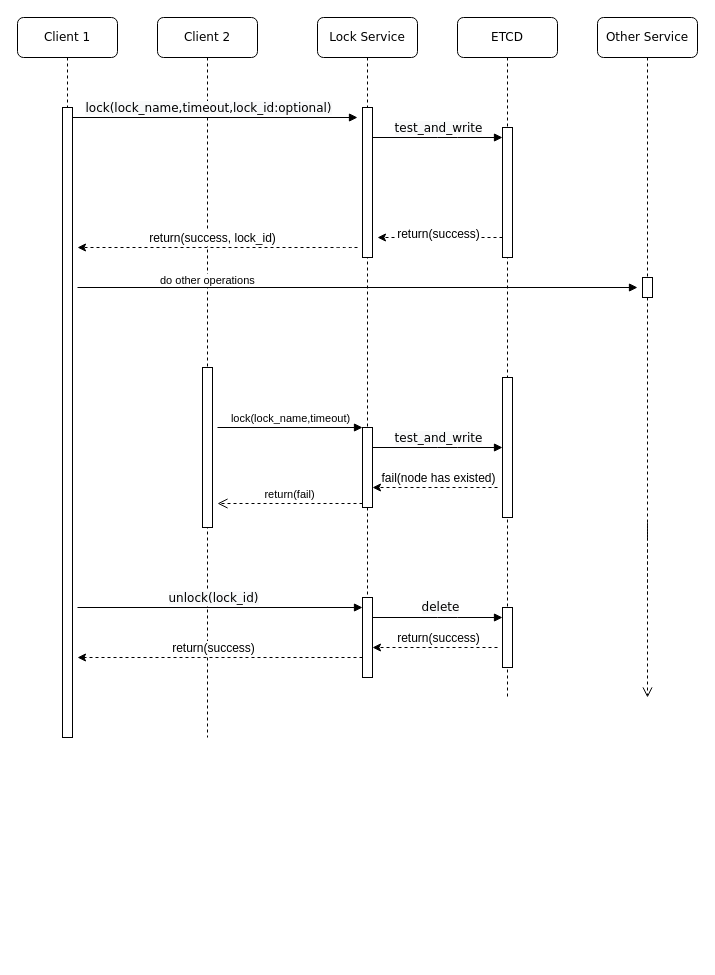
This is lockservice-func-spec.drawio from terryzhu/playground, a draw.io file, before an edit. Source tidied: cells renumbered, new cells numbered last; positions are measured from the earlier drawing's top-left corner, leaving out a move shared by most shapes. Both pictures are drawn from the tidied source at 100%, with x=0, y=0 at pixel (17, 17).
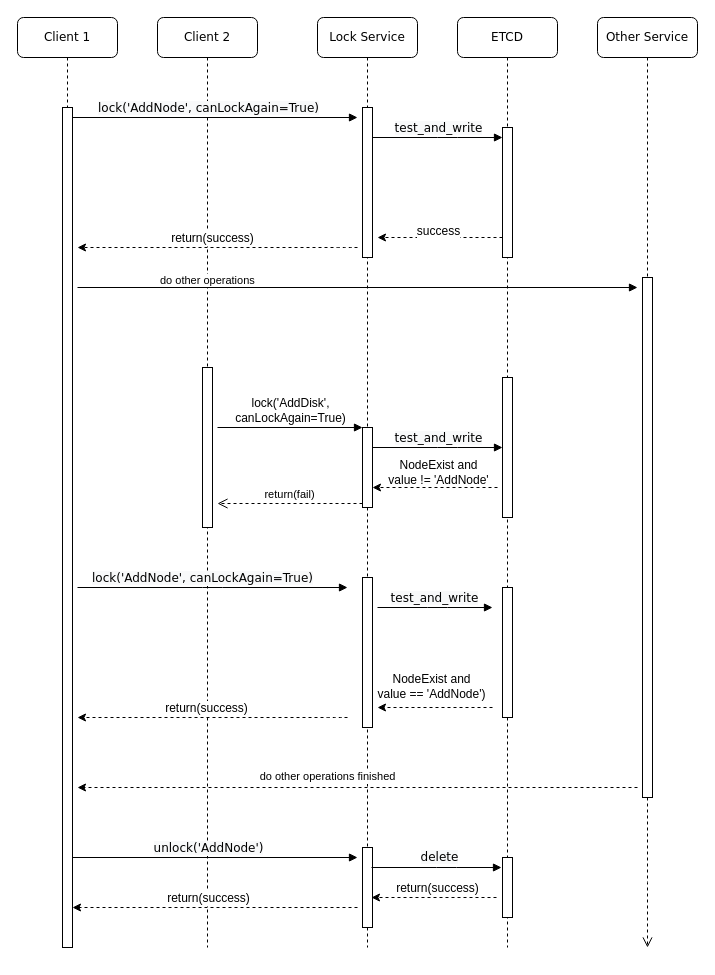
The same diagram, later.

Unchanged cells that the change refers to:
```xml
<mxCell id="6" style="html=1;points=[];perimeter=orthogonalPerimeter;" parent="4" vertex="1">
  <mxGeometry x="45" y="410" width="10" height="80" as="geometry" />
</mxCell>
<mxCell id="17" style="html=1;verticalAlign=bottom;endArrow=block;labelBackgroundColor=none;fontFamily=Verdana;fontSize=12;edgeStyle=elbowEdgeStyle;elbow=vertical;" parent="1" edge="1" source="12">
  <mxGeometry relative="1" as="geometry">
    <mxPoint x="340" y="100" as="targetPoint" />
  </mxGeometry>
</mxCell>
<mxCell id="19" style="endArrow=classic;html=1;dashed=1;" parent="1" edge="1">
  <mxGeometry relative="1" as="geometry">
    <mxPoint x="485" y="220" as="sourcePoint" />
    <mxPoint x="360" y="220" as="targetPoint" />
  </mxGeometry>
</mxCell>
<mxCell id="21" style="endArrow=classic;html=1;dashed=1;" parent="1" edge="1">
  <mxGeometry relative="1" as="geometry">
    <mxPoint x="340" y="230" as="sourcePoint" />
    <mxPoint x="60" y="230" as="targetPoint" />
    <Array as="points">
      <mxPoint x="330" y="230" />
    </Array>
  </mxGeometry>
</mxCell>
<mxCell id="28" style="endArrow=classic;html=1;dashed=1;" parent="1" edge="1">
  <mxGeometry relative="1" as="geometry">
    <mxPoint x="480" y="470" as="sourcePoint" />
    <mxPoint x="355" y="470" as="targetPoint" />
  </mxGeometry>
</mxCell>
```

Change to the diagram source:
```diff
@@
     <mxCell id="2" value="Client 2" style="shape=umlLifeline;perimeter=lifelinePerimeter;whiteSpace=wrap;html=1;rounded=1;shadow=0;comic=0;labelBackgroundColor=none;strokeWidth=1;fontFamily=Verdana;fontSize=12;align=center;" parent="1" vertex="1">
-      <mxGeometry x="140" width="100" height="720" as="geometry" />
+      <mxGeometry x="140" width="100" height="930" as="geometry" />
     </mxCell>
@@
     <mxCell id="4" value="Lock Service" style="shape=umlLifeline;perimeter=lifelinePerimeter;whiteSpace=wrap;html=1;rounded=1;shadow=0;comic=0;labelBackgroundColor=none;strokeWidth=1;fontFamily=Verdana;fontSize=12;align=center;fillColor=#ffffff;" parent="1" vertex="1">
-      <mxGeometry x="300" width="100" height="580" as="geometry" />
+      <mxGeometry x="300" width="100" height="930" as="geometry" />
     </mxCell>
@@
+    <mxCell id="40" style="html=1;perimeter=orthogonalPerimeter;rounded=0;shadow=0;comic=0;labelBackgroundColor=none;strokeWidth=1;fontFamily=Verdana;fontSize=12;align=center;" parent="4" vertex="1">
+      <mxGeometry x="45" y="560" width="10" height="150" as="geometry" />
+    </mxCell>
+    <mxCell id="32" style="html=1;perimeter=orthogonalPerimeter;" parent="4" vertex="1">
+      <mxGeometry x="45" y="830" width="10" height="80" as="geometry" />
+    </mxCell>
     <mxCell id="7" value="ETCD" style="shape=umlLifeline;perimeter=lifelinePerimeter;whiteSpace=wrap;html=1;rounded=1;shadow=0;comic=0;labelBackgroundColor=none;strokeWidth=1;fontFamily=Verdana;fontSize=12;align=center;" parent="1" vertex="1">
-      <mxGeometry x="440" width="100" height="680" as="geometry" />
+      <mxGeometry x="440" width="100" height="930" as="geometry" />
     </mxCell>
@@
+    <mxCell id="41" style="html=1;perimeter=orthogonalPerimeter;rounded=0;shadow=0;comic=0;labelBackgroundColor=none;strokeWidth=1;fontFamily=Verdana;fontSize=12;align=center;" parent="7" vertex="1">
+      <mxGeometry x="45" y="570" width="10" height="130" as="geometry" />
+    </mxCell>
+    <mxCell id="35" style="html=1;perimeter=orthogonalPerimeter;rounded=0;shadow=0;comic=0;labelBackgroundColor=none;strokeWidth=1;fontFamily=Verdana;fontSize=12;align=center;" parent="7" vertex="1">
+      <mxGeometry x="45" y="840" width="10" height="60" as="geometry" />
+    </mxCell>
     <mxCell id="9" value="Other Service" style="shape=umlLifeline;perimeter=lifelinePerimeter;whiteSpace=wrap;html=1;rounded=1;shadow=0;comic=0;labelBackgroundColor=none;strokeWidth=1;fontFamily=Verdana;fontSize=12;align=center;" parent="1" vertex="1">
-      <mxGeometry x="580" width="100" height="580" as="geometry" />
+      <mxGeometry x="580" width="100" height="780" as="geometry" />
     </mxCell>
     <mxCell id="10" style="html=1;perimeter=orthogonalPerimeter;rounded=0;shadow=0;comic=0;labelBackgroundColor=none;strokeWidth=1;fontFamily=Verdana;fontSize=12;align=center;" parent="9" vertex="1">
-      <mxGeometry x="45" y="260" width="10" height="20" as="geometry" />
+      <mxGeometry x="45" y="260" width="10" height="520" as="geometry" />
     </mxCell>
     <mxCell id="11" value="Client 1" style="shape=umlLifeline;perimeter=lifelinePerimeter;whiteSpace=wrap;html=1;rounded=1;shadow=0;comic=0;labelBackgroundColor=none;strokeWidth=1;fontFamily=Verdana;fontSize=12;align=center;" parent="1" vertex="1">
-      <mxGeometry width="100" height="720" as="geometry" />
+      <mxGeometry width="100" height="930" as="geometry" />
     </mxCell>
     <mxCell id="12" style="html=1;points=[];perimeter=orthogonalPerimeter;rounded=0;shadow=0;comic=0;labelBackgroundColor=none;strokeWidth=1;fontFamily=Verdana;fontSize=12;align=center;" parent="11" vertex="1">
-      <mxGeometry x="45" y="90" width="10" height="630" as="geometry" />
+      <mxGeometry x="45" y="90" width="10" height="840" as="geometry" />
     </mxCell>
@@
     <mxCell id="16" style="html=1;verticalAlign=bottom;endArrow=open;dashed=1;endSize=8;labelBackgroundColor=none;fontFamily=Verdana;fontSize=12;edgeStyle=elbowEdgeStyle;elbow=vertical;" parent="1" edge="1">
       <mxGeometry relative="1" as="geometry">
-        <mxPoint x="630" y="520" as="sourcePoint" />
-        <mxPoint x="630" y="680" as="targetPoint" />
-        <Array as="points">
-          <mxPoint x="630" y="500" />
-          <mxPoint x="470" y="520" />
-        </Array>
+        <mxPoint x="630" y="780" as="sourcePoint" />
+        <mxPoint x="630" y="930" as="targetPoint" />
       </mxGeometry>
     </mxCell>
@@
-    <mxCell id="18" value="&lt;span style=&quot;font-family: &amp;#34;verdana&amp;#34; ; background-color: rgb(248 , 249 , 250)&quot;&gt;lock(lock_name,timeout,lock_id:optional)&lt;/span&gt;" style="text;html=1;align=center;verticalAlign=middle;labelBackgroundColor=#ffffff;" parent="17" vertex="1">
+    <mxCell id="18" value="&lt;span style=&quot;font-family: &amp;#34;verdana&amp;#34; ; background-color: rgb(248 , 249 , 250)&quot;&gt;lock('AddNode', canLockAgain=True)&lt;/span&gt;" style="text;html=1;align=center;verticalAlign=middle;labelBackgroundColor=#ffffff;" parent="17" vertex="1">
       <mxGeometry x="0.44" y="-1" relative="1" as="geometry">
         <mxPoint x="-70" y="-11" as="offset" />
       </mxGeometry>
     </mxCell>
@@
-    <mxCell id="20" value="return(success)" style="text;html=1;align=center;verticalAlign=middle;labelBackgroundColor=#ffffff;" parent="19" vertex="1">
+    <mxCell id="20" value="success" style="text;html=1;align=center;verticalAlign=middle;labelBackgroundColor=#ffffff;" parent="19" vertex="1">
       <mxGeometry x="0.35" y="-6" relative="1" as="geometry">
-        <mxPoint x="19" y="2" as="offset" />
+        <mxPoint x="19" y="-1" as="offset" />
       </mxGeometry>
     </mxCell>
@@
-    <mxCell id="22" value="return(success, lock_id)" style="text;html=1;align=center;verticalAlign=middle;labelBackgroundColor=#ffffff;" parent="21" vertex="1">
+    <mxCell id="22" value="return(success)" style="text;html=1;align=center;verticalAlign=middle;labelBackgroundColor=#ffffff;" parent="21" vertex="1">
       <mxGeometry x="-0.18" y="-4" relative="1" as="geometry">
         <mxPoint x="-31" y="-6" as="offset" />
       </mxGeometry>
     </mxCell>
-    <mxCell id="23" value="lock(lock_name,timeout)" style="html=1;verticalAlign=bottom;endArrow=block;entryX=0;entryY=0;" parent="1" edge="1" target="6">
+    <mxCell id="23" value="&lt;font style=&quot;font-size: 12px&quot;&gt;lock('AddDisk', &lt;br&gt;canLockAgain=True)&lt;/font&gt;" style="html=1;verticalAlign=bottom;endArrow=block;entryX=0;entryY=0;fontSize=12;" parent="1" edge="1" target="6">
       <mxGeometry relative="1" as="geometry">
         <mxPoint x="200" y="410" as="sourcePoint" />
       </mxGeometry>
     </mxCell>
@@
-    <mxCell id="29" value="fail(node has existed)" style="text;html=1;align=center;verticalAlign=middle;labelBackgroundColor=#ffffff;" parent="28" vertex="1">
+    <mxCell id="29" value="NodeExist and &lt;br&gt;value != 'AddNode'" style="text;html=1;align=center;verticalAlign=middle;labelBackgroundColor=#ffffff;" parent="28" vertex="1">
       <mxGeometry x="0.35" y="-6" relative="1" as="geometry">
-        <mxPoint x="24" y="-4" as="offset" />
+        <mxPoint x="24" y="-10" as="offset" />
       </mxGeometry>
     </mxCell>
     <mxCell id="30" style="html=1;verticalAlign=bottom;endArrow=block;labelBackgroundColor=none;fontFamily=Verdana;fontSize=12;edgeStyle=elbowEdgeStyle;elbow=vertical;" parent="1" edge="1">
       <mxGeometry relative="1" as="geometry">
-        <mxPoint x="60" y="590" as="sourcePoint" />
-        <mxPoint x="345" y="590" as="targetPoint" />
+        <mxPoint x="55" y="840" as="sourcePoint" />
+        <mxPoint x="340" y="840" as="targetPoint" />
       </mxGeometry>
     </mxCell>
-    <mxCell id="31" value="&lt;span style=&quot;font-family: &amp;#34;verdana&amp;#34; ; background-color: rgb(248 , 249 , 250)&quot;&gt;unlock(lock_id)&lt;/span&gt;" style="text;html=1;align=center;verticalAlign=middle;labelBackgroundColor=#ffffff;" parent="30" vertex="1">
+    <mxCell id="31" value="&lt;span style=&quot;font-family: &amp;#34;verdana&amp;#34; ; background-color: rgb(248 , 249 , 250)&quot;&gt;unlock('AddNode')&lt;/span&gt;" style="text;html=1;align=center;verticalAlign=middle;labelBackgroundColor=#ffffff;" parent="30" vertex="1">
       <mxGeometry x="0.44" y="-1" relative="1" as="geometry">
         <mxPoint x="-70" y="-11" as="offset" />
       </mxGeometry>
     </mxCell>
-    <mxCell id="32" style="html=1;perimeter=orthogonalPerimeter;" parent="1" vertex="1">
-      <mxGeometry x="345" y="580" width="10" height="80" as="geometry" />
-    </mxCell>
     <mxCell id="33" style="html=1;verticalAlign=bottom;endArrow=block;labelBackgroundColor=none;fontFamily=Verdana;fontSize=12;edgeStyle=elbowEdgeStyle;elbow=vertical;" parent="1" edge="1">
       <mxGeometry y="10" relative="1" as="geometry">
-        <mxPoint x="355" y="600" as="sourcePoint" />
-        <mxPoint x="485" y="600" as="targetPoint" />
+        <mxPoint x="354" y="850" as="sourcePoint" />
+        <mxPoint x="484" y="850" as="targetPoint" />
         <Array as="points">
-          <mxPoint x="430" y="600" />
-          <mxPoint x="420" y="580" />
-          <mxPoint x="360" y="600" />
+          <mxPoint x="429" y="850" />
+          <mxPoint x="419" y="830" />
+          <mxPoint x="359" y="850" />
         </Array>
       </mxGeometry>
     </mxCell>
@@
-    <mxCell id="35" style="html=1;perimeter=orthogonalPerimeter;rounded=0;shadow=0;comic=0;labelBackgroundColor=none;strokeWidth=1;fontFamily=Verdana;fontSize=12;align=center;" parent="1" vertex="1">
-      <mxGeometry x="485" y="590" width="10" height="60" as="geometry" />
-    </mxCell>
     <mxCell id="36" style="endArrow=classic;html=1;dashed=1;" parent="1" edge="1">
       <mxGeometry relative="1" as="geometry">
-        <mxPoint x="480" y="630" as="sourcePoint" />
-        <mxPoint x="355" y="630" as="targetPoint" />
+        <mxPoint x="479" y="880" as="sourcePoint" />
+        <mxPoint x="354" y="880" as="targetPoint" />
       </mxGeometry>
     </mxCell>
@@
     <mxCell id="38" style="endArrow=classic;html=1;dashed=1;" parent="1" edge="1">
       <mxGeometry relative="1" as="geometry">
-        <mxPoint x="345" y="640" as="sourcePoint" />
-        <mxPoint x="60" y="640" as="targetPoint" />
+        <mxPoint x="340" y="890" as="sourcePoint" />
+        <mxPoint x="55" y="890" as="targetPoint" />
       </mxGeometry>
     </mxCell>
@@
+    <mxCell id="42" style="html=1;verticalAlign=bottom;endArrow=block;labelBackgroundColor=none;fontFamily=Verdana;fontSize=12;edgeStyle=elbowEdgeStyle;elbow=vertical;" parent="1" edge="1">
+      <mxGeometry y="10" relative="1" as="geometry">
+        <mxPoint x="360" y="590" as="sourcePoint" />
+        <mxPoint x="475" y="590" as="targetPoint" />
+        <Array as="points">
+          <mxPoint x="420" y="590" />
+          <mxPoint x="410" y="570" />
+          <mxPoint x="350" y="590" />
+        </Array>
+      </mxGeometry>
+    </mxCell>
+    <mxCell id="43" value="&lt;span style=&quot;font-family: &amp;#34;verdana&amp;#34; ; background-color: rgb(248 , 249 , 250)&quot;&gt;test_and_write&lt;/span&gt;" style="text;html=1;align=center;verticalAlign=middle;labelBackgroundColor=#ffffff;" parent="42" vertex="1">
+      <mxGeometry x="0.15" y="33" relative="1" as="geometry">
+        <mxPoint x="-10" y="23" as="offset" />
+      </mxGeometry>
+    </mxCell>
+    <mxCell id="44" style="html=1;verticalAlign=bottom;endArrow=block;labelBackgroundColor=none;fontFamily=Verdana;fontSize=12;edgeStyle=elbowEdgeStyle;elbow=vertical;" parent="1" edge="1">
+      <mxGeometry relative="1" as="geometry">
+        <mxPoint x="60" y="570" as="sourcePoint" />
+        <mxPoint x="330" y="570" as="targetPoint" />
+      </mxGeometry>
+    </mxCell>
+    <mxCell id="45" value="&lt;span style=&quot;font-family: &amp;#34;verdana&amp;#34; ; background-color: rgb(248 , 249 , 250)&quot;&gt;lock('AddNode', canLockAgain=True)&lt;/span&gt;" style="text;html=1;align=center;verticalAlign=middle;labelBackgroundColor=#ffffff;" parent="44" vertex="1">
+      <mxGeometry x="0.44" y="-1" relative="1" as="geometry">
+        <mxPoint x="-70" y="-11" as="offset" />
+      </mxGeometry>
+    </mxCell>
+    <mxCell id="46" style="endArrow=classic;html=1;dashed=1;" parent="1" edge="1">
+      <mxGeometry relative="1" as="geometry">
+        <mxPoint x="475" y="690" as="sourcePoint" />
+        <mxPoint x="360" y="690" as="targetPoint" />
+      </mxGeometry>
+    </mxCell>
+    <mxCell id="47" style="endArrow=classic;html=1;dashed=1;" parent="1" edge="1">
+      <mxGeometry relative="1" as="geometry">
+        <mxPoint x="330" y="700" as="sourcePoint" />
+        <mxPoint x="60" y="700" as="targetPoint" />
+        <Array as="points">
+          <mxPoint x="320" y="700" />
+        </Array>
+      </mxGeometry>
+    </mxCell>
+    <mxCell id="48" value="return(success)" style="text;html=1;align=center;verticalAlign=middle;labelBackgroundColor=#ffffff;" parent="47" vertex="1">
+      <mxGeometry x="-0.18" y="-4" relative="1" as="geometry">
+        <mxPoint x="-31" y="-6" as="offset" />
+      </mxGeometry>
+    </mxCell>
+    <mxCell id="49" value="NodeExist and &lt;br&gt;value == 'AddNode')" style="text;html=1;align=center;verticalAlign=middle;labelBackgroundColor=#ffffff;" parent="1" vertex="1">
+      <mxGeometry x="390" y="670" as="geometry">
+        <mxPoint x="23" y="-2" as="offset" />
+      </mxGeometry>
+    </mxCell>
+    <mxCell id="50" style="endArrow=classic;html=1;fontSize=12;dashed=1;" parent="1" edge="1">
+      <mxGeometry relative="1" as="geometry">
+        <mxPoint x="620" y="770" as="sourcePoint" />
+        <mxPoint x="60" y="770" as="targetPoint" />
+      </mxGeometry>
+    </mxCell>
+    <mxCell id="51" value="&lt;span style=&quot;font-size: 11px ; text-align: left&quot;&gt;do other operations finished&lt;/span&gt;" style="text;html=1;align=center;verticalAlign=middle;labelBackgroundColor=#ffffff;fontSize=12;" parent="50" vertex="1">
+      <mxGeometry x="0.11" y="-8" relative="1" as="geometry">
+        <mxPoint y="-4" as="offset" />
+      </mxGeometry>
+    </mxCell>
```
